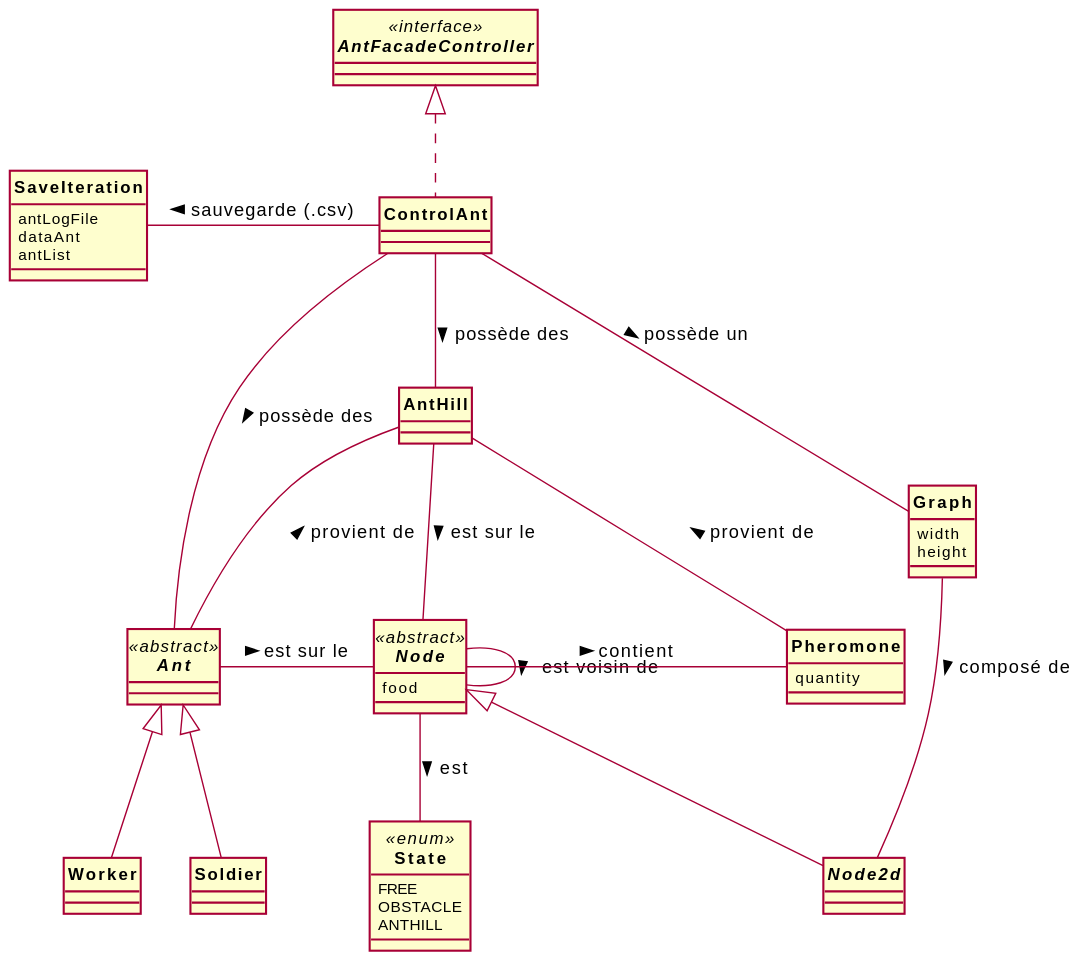
ErenMustafaGit/ColonieFourmis keeps this PlantUML diagram as Fourmis_DCa_V2.svg. Above is the earlier version. Source of this version:
```plantuml
@startuml
skinparam style strictuml
skinparam classAttributeIconSize 0
skinparam circledCharacterRadius 0
skinparam circledCharacterFontSize 0
skinparam classFontStyle Bold


interface AntFacadeController<<interface>>{

}

enum State <<enum>> {
    FREE
    OBSTACLE
    ANTHILL
}


class Graph {
     width
     height
}
abstract Node <<abstract>>{
    food
}



abstract Ant <<abstract>>{

}

class AntHill {

}

class Soldier extends Ant{

}

class Worker extends Ant{
}

class SaveIteration{
    antLogFile
    dataAnt
    antList
}

class ControlAnt implements AntFacadeController{
}

class Pheromone{
    quantity
}

abstract class Node2d extends Node{
}
SaveIteration - ControlAnt : sauvegarde (.csv) <

Node - Node : est voisin de >
ControlAnt -- Graph : possède un >
ControlAnt --- Ant : possède des >
ControlAnt -- AntHill : possède des >
Graph -- Node2d : composé de >
Ant  - Node : est sur le >
Node --  State : est >
Node - Pheromone : contient >
Node - AntHill : est sur le <

Ant -u- AntHill : provient de >
Pheromone - AntHill : provient de >


@enduml
```
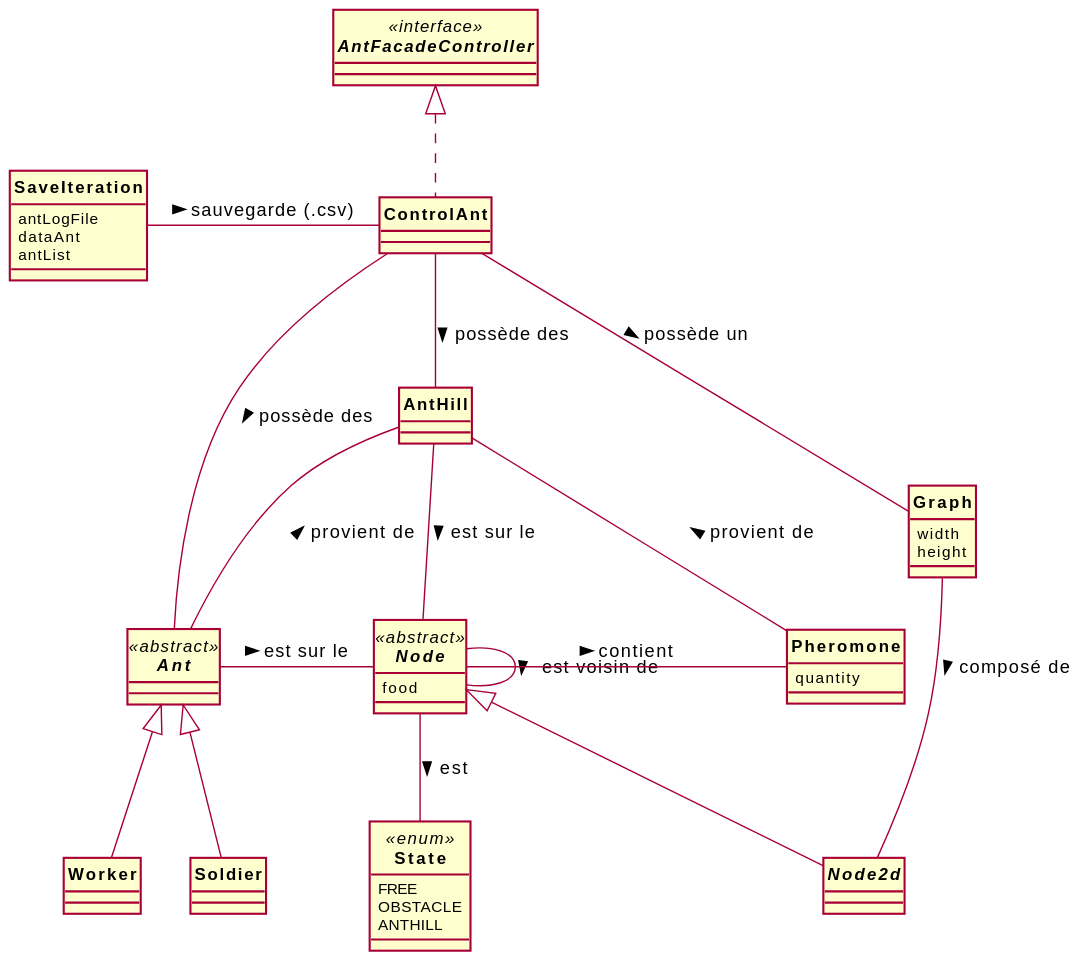
After the change.

What changed in the source:
```diff
@@ -57,7 +57,7 @@
 
 abstract class Node2d extends Node{
 }
-SaveIteration - ControlAnt : sauvegarde (.csv) <
+SaveIteration - ControlAnt : sauvegarde (.csv) >
 
 Node - Node : est voisin de >
 ControlAnt -- Graph : possède un >
```
